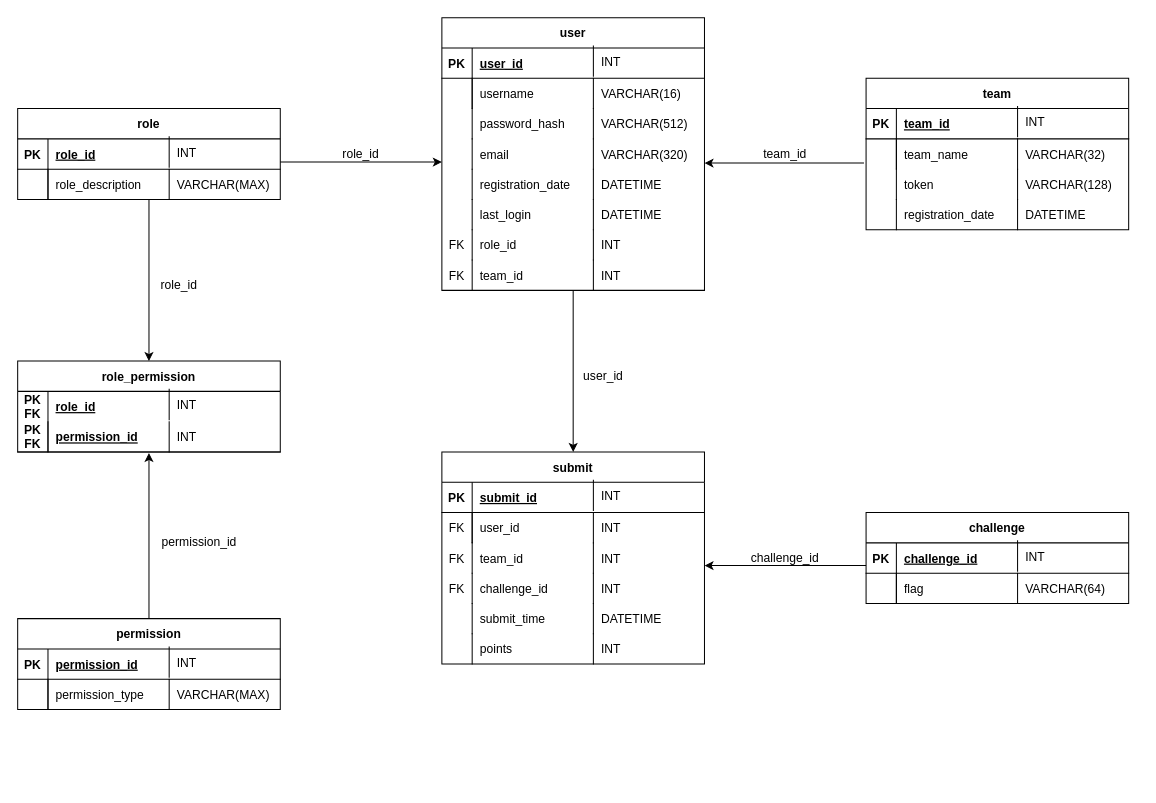
Before: db/design/schema_diagram.drawio in FeeeDz/H4ckUs4t1_CTF, a draw.io diagram. Source tidied: cells renumbered, new cells numbered last; positions are measured from the earlier drawing's top-left corner, leaving out a move shared by most shapes. Both pictures are drawn from the tidied source at 101%, with x=0, y=0 at pixel (17, 17).
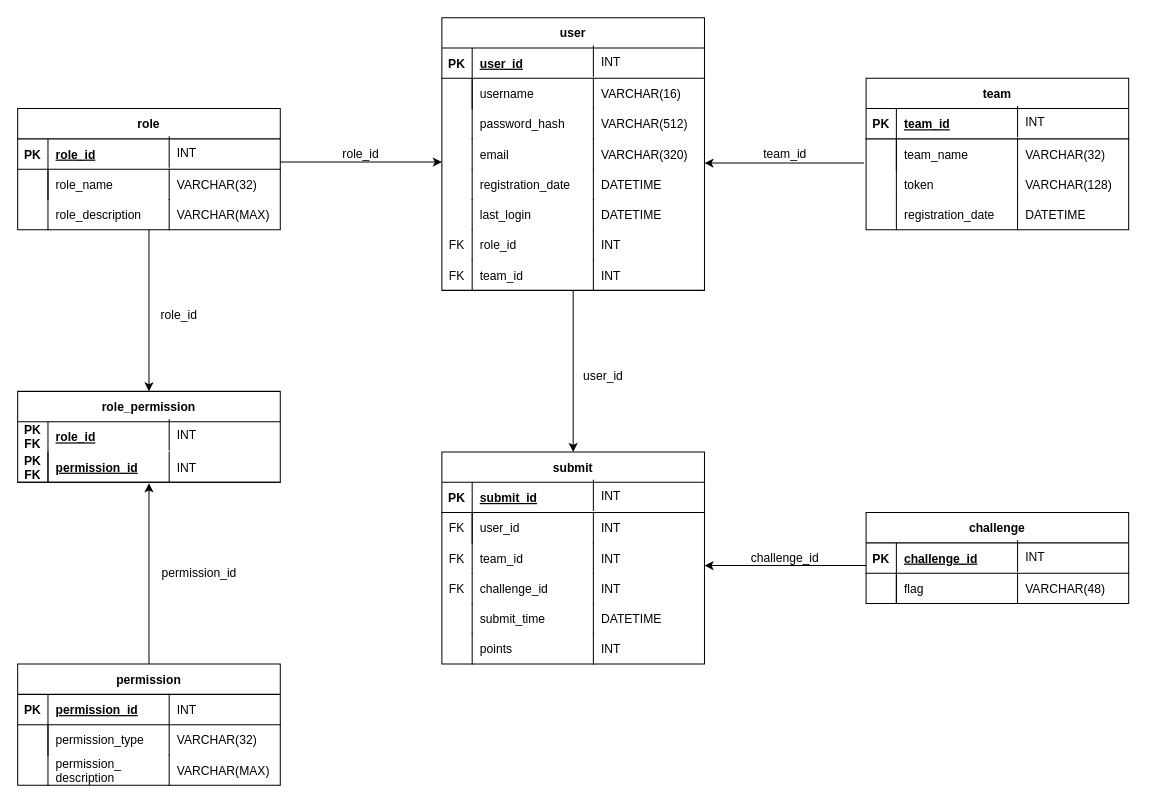
After the change.

Unchanged cells that the change refers to:
```xml
<mxCell id="69" style="shape=partialRectangle;fillColor=none;top=0;left=0;right=0;bottom=0;" parent="65" vertex="1">
  <mxGeometry y="60" width="260" height="30" as="geometry" />
</mxCell>
```

The edit, as a diff of the source:
```diff
@@
     <mxCell id="65" value="role" style="shape=table;startSize=30;childLayout=tableLayout;rowLines=0;fontStyle=1;align=center;" parent="1" vertex="1">
-      <mxGeometry y="90" width="260" height="90" as="geometry" />
+      <mxGeometry y="90" width="260" height="120" as="geometry" />
     </mxCell>
@@
-    <mxCell id="71" value="role_description" style="shape=partialRectangle;overflow=hidden;fillColor=none;top=0;left=0;bottom=0;right=0;align=left;spacingLeft=6;" parent="69" vertex="1">
+    <mxCell id="71" value="role_name" style="shape=partialRectangle;overflow=hidden;fillColor=none;top=0;left=0;bottom=0;right=0;align=left;spacingLeft=6;" parent="69" vertex="1">
       <mxGeometry x="30" width="230" height="30" as="geometry" />
     </mxCell>
-    <mxCell id="72" value="VARCHAR(MAX)" style="shape=partialRectangle;overflow=hidden;fillColor=none;top=0;left=1;bottom=0;right=0;align=left;spacingLeft=6;" parent="1" vertex="1">
+    <mxCell id="72" value="VARCHAR(32)" style="shape=partialRectangle;overflow=hidden;fillColor=none;top=0;left=1;bottom=0;right=0;align=left;spacingLeft=6;" parent="1" vertex="1">
       <mxGeometry x="150" y="150" width="120" height="30" as="geometry" />
     </mxCell>
@@
-    <mxCell id="115" value="VARCHAR(64)" style="shape=partialRectangle;overflow=hidden;fillColor=none;top=0;left=1;bottom=0;right=0;align=left;spacingLeft=6;" parent="1" vertex="1">
+    <mxCell id="115" value="VARCHAR(48)" style="shape=partialRectangle;overflow=hidden;fillColor=none;top=0;left=1;bottom=0;right=0;align=left;spacingLeft=6;" parent="1" vertex="1">
       <mxGeometry x="990" y="550" width="120" height="30" as="geometry" />
     </mxCell>
@@
     <mxCell id="117" style="shape=partialRectangle;fillColor=none;top=0;left=0;right=0;bottom=0;" parent="1" vertex="1">
-      <mxGeometry x="20" y="415" width="170" height="30" as="geometry" />
+      <mxGeometry x="20" y="445" width="170" height="30" as="geometry" />
     </mxCell>
     <mxCell id="118" value="role_permission" style="shape=table;startSize=30;childLayout=tableLayout;rowLines=0;fontStyle=1;align=center;" parent="1" vertex="1">
-      <mxGeometry y="340" width="260" height="90" as="geometry" />
+      <mxGeometry y="370" width="260" height="90" as="geometry" />
     </mxCell>
@@
     <mxCell id="125" value="INT" style="shape=partialRectangle;overflow=hidden;fillColor=none;top=0;left=1;bottom=0;right=0;align=left;spacingLeft=6;" parent="1" vertex="1">
-      <mxGeometry x="150" y="400" width="120" height="30" as="geometry" />
+      <mxGeometry x="150" y="430" width="120" height="30" as="geometry" />
     </mxCell>
     <mxCell id="126" value="INT" style="shape=partialRectangle;overflow=hidden;fillColor=none;top=0;left=1;bottom=0;right=0;align=left;spacingLeft=6;" parent="1" vertex="1">
-      <mxGeometry x="150" y="368" width="80" height="30" as="geometry" />
+      <mxGeometry x="150" y="398" width="80" height="30" as="geometry" />
     </mxCell>
-    <mxCell id="127" style="endArrow=classic;html=1;rounded=0;exitX=0.5;exitY=1;exitDx=0;exitDy=0;entryX=0.5;entryY=0;entryDx=0;entryDy=0;" parent="1" edge="1" source="65" target="118">
-      <mxGeometry relative="1" as="geometry" />
+    <mxCell id="127" style="endArrow=classic;html=1;rounded=0;exitX=0.5;exitY=1;exitDx=0;exitDy=0;entryX=0.5;entryY=0;entryDx=0;entryDy=0;" parent="1" edge="1" target="118">
+      <mxGeometry relative="1" as="geometry">
+        <mxPoint x="130" y="210" as="sourcePoint" />
+      </mxGeometry>
     </mxCell>
     <mxCell id="128" value="role_id" style="text;html=1;strokeColor=none;fillColor=none;align=center;verticalAlign=middle;whiteSpace=wrap;rounded=0;" parent="1" vertex="1">
-      <mxGeometry x="130" y="250" width="60" height="30" as="geometry" />
+      <mxGeometry x="130" y="280" width="60" height="30" as="geometry" />
     </mxCell>
     <mxCell id="129" style="shape=partialRectangle;fillColor=none;top=0;left=0;right=0;bottom=0;" parent="1" vertex="1">
-      <mxGeometry x="20" y="670" width="170" height="30" as="geometry" />
+      <mxGeometry x="20" y="700" width="170" height="30" as="geometry" />
     </mxCell>
     <mxCell id="130" value="permission" style="shape=table;startSize=30;childLayout=tableLayout;rowLines=0;fontStyle=1;align=center;" parent="1" vertex="1">
-      <mxGeometry y="595" width="260" height="90" as="geometry" />
+      <mxGeometry y="640" width="260" height="120" as="geometry" />
     </mxCell>
@@
-    <mxCell id="137" value="VARCHAR(MAX)" style="shape=partialRectangle;overflow=hidden;fillColor=none;top=0;left=1;bottom=0;right=0;align=left;spacingLeft=6;" parent="1" vertex="1">
-      <mxGeometry x="150" y="655" width="120" height="30" as="geometry" />
+    <mxCell id="137" value="VARCHAR(32)" style="shape=partialRectangle;overflow=hidden;fillColor=none;top=0;left=1;bottom=0;right=0;align=left;spacingLeft=6;" parent="1" vertex="1">
+      <mxGeometry x="150" y="700" width="120" height="30" as="geometry" />
     </mxCell>
     <mxCell id="138" value="INT" style="shape=partialRectangle;overflow=hidden;fillColor=none;top=0;left=1;bottom=0;right=0;align=left;spacingLeft=6;" parent="1" vertex="1">
-      <mxGeometry x="150" y="623" width="80" height="30" as="geometry" />
+      <mxGeometry x="150" y="670" width="80" height="30" as="geometry" />
     </mxCell>
@@
     <mxCell id="140" value="permission_id" style="text;html=1;strokeColor=none;fillColor=none;align=center;verticalAlign=middle;whiteSpace=wrap;rounded=0;" parent="1" vertex="1">
-      <mxGeometry x="150" y="505" width="60" height="30" as="geometry" />
+      <mxGeometry x="150" y="535" width="60" height="30" as="geometry" />
     </mxCell>
+    <mxCell id="141" style="group;" parent="1" vertex="1">
+      <mxGeometry y="180" width="260" height="30" as="geometry" />
+    </mxCell>
+    <mxCell id="142" style="shape=partialRectangle;overflow=hidden;fillColor=none;top=0;left=0;bottom=0;right=1;" parent="141" vertex="1">
+      <mxGeometry width="30" height="30" as="geometry" />
+    </mxCell>
+    <mxCell id="143" value="role_description" style="shape=partialRectangle;overflow=hidden;fillColor=none;top=0;left=0;bottom=0;right=0;align=left;spacingLeft=6;" parent="141" vertex="1">
+      <mxGeometry x="30" width="100" height="30" as="geometry" />
+    </mxCell>
+    <mxCell id="144" value="VARCHAR(MAX)" style="shape=partialRectangle;overflow=hidden;fillColor=none;top=0;left=1;bottom=0;right=0;align=left;spacingLeft=6;" parent="141" vertex="1">
+      <mxGeometry x="150" width="110" height="30" as="geometry" />
+    </mxCell>
+    <mxCell id="145" style="group;" parent="1" vertex="1">
+      <mxGeometry y="730" width="130" height="30" as="geometry" />
+    </mxCell>
+    <mxCell id="146" style="shape=partialRectangle;overflow=hidden;fillColor=none;top=0;left=0;bottom=0;right=1;" parent="145" vertex="1">
+      <mxGeometry width="30" height="30" as="geometry" />
+    </mxCell>
+    <mxCell id="147" value="permission_&#10;description" style="shape=partialRectangle;overflow=hidden;fillColor=none;top=0;left=0;bottom=0;right=0;align=left;spacingLeft=6;" parent="145" vertex="1">
+      <mxGeometry x="30" width="100" height="30" as="geometry" />
+    </mxCell>
+    <mxCell id="148" value="VARCHAR(MAX)" style="shape=partialRectangle;overflow=hidden;fillColor=none;top=0;left=1;bottom=0;right=0;align=left;spacingLeft=6;" parent="1" vertex="1">
+      <mxGeometry x="150" y="730" width="100" height="30" as="geometry" />
+    </mxCell>
```
